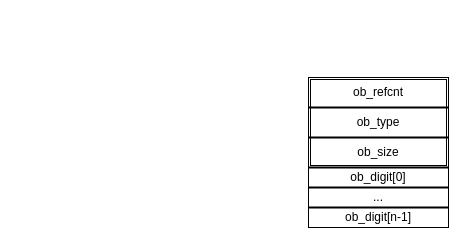
This is Untitled Diagram.drawio from 4057492/KeXing9Club4Ever, a draw.io file, before an edit. Source tidied: cells renumbered, new cells numbered last; positions are measured from the earlier drawing's top-left corner, leaving out a move shared by most shapes. Both pictures are drawn from the tidied source at 100%, with x=0, y=0 at pixel (308, 77).
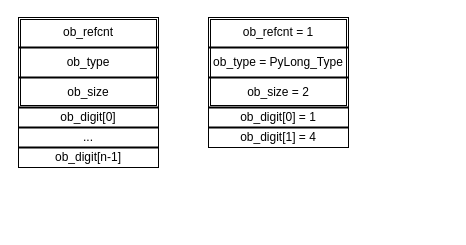
After the change.

Diff of the diagram source:
```diff
@@
     <mxCell id="2" style="rounded=0;whiteSpace=wrap;html=1;" parent="1" vertex="1">
-      <mxGeometry width="140" height="150" as="geometry" />
+      <mxGeometry x="-100" y="-60" width="140" height="130" as="geometry" />
     </mxCell>
     <mxCell id="3" style="shape=ext;double=1;rounded=0;whiteSpace=wrap;html=1;" parent="1" vertex="1">
-      <mxGeometry width="140" height="90" as="geometry" />
+      <mxGeometry x="-100" y="-60" width="140" height="90" as="geometry" />
     </mxCell>
     <mxCell id="4" style="line;strokeWidth=2;html=1;" parent="1" vertex="1">
-      <mxGeometry y="25" width="140" height="10" as="geometry" />
+      <mxGeometry x="-100" y="-35" width="140" height="10" as="geometry" />
     </mxCell>
-    <mxCell id="5" value="ob_refcnt" style="text;html=1;strokeColor=none;fillColor=none;align=center;verticalAlign=middle;whiteSpace=wrap;rounded=0;" parent="1" vertex="1">
-      <mxGeometry x="50" y="5" width="40" height="20" as="geometry" />
+    <mxCell id="5" value="ob_refcnt = 1" style="text;html=1;strokeColor=none;fillColor=none;align=center;verticalAlign=middle;whiteSpace=wrap;rounded=0;" parent="1" vertex="1">
+      <mxGeometry x="-70" y="-55" width="80" height="20" as="geometry" />
     </mxCell>
     <mxCell id="6" style="line;strokeWidth=2;html=1;" parent="1" vertex="1">
-      <mxGeometry y="55" width="140" height="10" as="geometry" />
+      <mxGeometry x="-100" y="-5" width="140" height="10" as="geometry" />
     </mxCell>
-    <mxCell id="7" value="ob_type" style="text;html=1;strokeColor=none;fillColor=none;align=center;verticalAlign=middle;whiteSpace=wrap;rounded=0;" parent="1" vertex="1">
-      <mxGeometry x="50" y="35" width="40" height="20" as="geometry" />
+    <mxCell id="7" value="ob_type =&amp;nbsp;PyLong_Type" style="text;html=1;strokeColor=none;fillColor=none;align=center;verticalAlign=middle;whiteSpace=wrap;rounded=0;" parent="1" vertex="1">
+      <mxGeometry x="-110" y="-25" width="160" height="20" as="geometry" />
     </mxCell>
-    <mxCell id="8" value="ob_size" style="text;html=1;strokeColor=none;fillColor=none;align=center;verticalAlign=middle;whiteSpace=wrap;rounded=0;" parent="1" vertex="1">
-      <mxGeometry x="50" y="65" width="40" height="20" as="geometry" />
+    <mxCell id="8" value="ob_size = 2" style="text;html=1;strokeColor=none;fillColor=none;align=center;verticalAlign=middle;whiteSpace=wrap;rounded=0;" parent="1" vertex="1">
+      <mxGeometry x="-70" y="5" width="80" height="20" as="geometry" />
     </mxCell>
-    <mxCell id="9" value="ob_digit[0]" style="text;html=1;strokeColor=none;fillColor=none;align=center;verticalAlign=middle;whiteSpace=wrap;rounded=0;" parent="1" vertex="1">
-      <mxGeometry x="50" y="90" width="40" height="20" as="geometry" />
+    <mxCell id="9" value="ob_digit[0] = 1" style="text;html=1;strokeColor=none;fillColor=none;align=center;verticalAlign=middle;whiteSpace=wrap;rounded=0;" parent="1" vertex="1">
+      <mxGeometry x="-75" y="30" width="90" height="20" as="geometry" />
     </mxCell>
     <mxCell id="10" style="line;strokeWidth=2;html=1;" parent="1" vertex="1">
-      <mxGeometry y="85" width="140" height="10" as="geometry" />
+      <mxGeometry x="-100" y="25" width="140" height="10" as="geometry" />
     </mxCell>
     <mxCell id="11" style="line;strokeWidth=2;html=1;" parent="1" vertex="1">
-      <mxGeometry y="105" width="140" height="10" as="geometry" />
+      <mxGeometry x="-100" y="45" width="140" height="10" as="geometry" />
     </mxCell>
+    <mxCell id="15" style="rounded=0;whiteSpace=wrap;html=1;" parent="1" vertex="1">
+      <mxGeometry x="-290" y="-60" width="140" height="150" as="geometry" />
+    </mxCell>
+    <mxCell id="16" style="shape=ext;double=1;rounded=0;whiteSpace=wrap;html=1;" parent="1" vertex="1">
+      <mxGeometry x="-290" y="-60" width="140" height="90" as="geometry" />
+    </mxCell>
+    <mxCell id="17" style="line;strokeWidth=2;html=1;" parent="1" vertex="1">
+      <mxGeometry x="-290" y="-35" width="140" height="10" as="geometry" />
+    </mxCell>
+    <mxCell id="18" value="ob_refcnt" style="text;html=1;strokeColor=none;fillColor=none;align=center;verticalAlign=middle;whiteSpace=wrap;rounded=0;" parent="1" vertex="1">
+      <mxGeometry x="-240" y="-55" width="40" height="20" as="geometry" />
+    </mxCell>
+    <mxCell id="19" style="line;strokeWidth=2;html=1;" parent="1" vertex="1">
+      <mxGeometry x="-290" y="-5" width="140" height="10" as="geometry" />
+    </mxCell>
+    <mxCell id="20" value="ob_type" style="text;html=1;strokeColor=none;fillColor=none;align=center;verticalAlign=middle;whiteSpace=wrap;rounded=0;" parent="1" vertex="1">
+      <mxGeometry x="-240" y="-25" width="40" height="20" as="geometry" />
+    </mxCell>
+    <mxCell id="21" value="ob_size" style="text;html=1;strokeColor=none;fillColor=none;align=center;verticalAlign=middle;whiteSpace=wrap;rounded=0;" parent="1" vertex="1">
+      <mxGeometry x="-240" y="5" width="40" height="20" as="geometry" />
+    </mxCell>
+    <mxCell id="22" value="ob_digit[0]" style="text;html=1;strokeColor=none;fillColor=none;align=center;verticalAlign=middle;whiteSpace=wrap;rounded=0;" parent="1" vertex="1">
+      <mxGeometry x="-240" y="30" width="40" height="20" as="geometry" />
+    </mxCell>
+    <mxCell id="23" style="line;strokeWidth=2;html=1;" parent="1" vertex="1">
+      <mxGeometry x="-290" y="25" width="140" height="10" as="geometry" />
+    </mxCell>
+    <mxCell id="24" style="line;strokeWidth=2;html=1;" parent="1" vertex="1">
+      <mxGeometry x="-290" y="45" width="140" height="10" as="geometry" />
+    </mxCell>
     <mxCell id="12" value="..." style="text;html=1;strokeColor=none;fillColor=none;align=center;verticalAlign=middle;whiteSpace=wrap;rounded=0;" parent="1" vertex="1">
-      <mxGeometry x="50" y="110" width="40" height="20" as="geometry" />
+      <mxGeometry x="-240" y="50" width="40" height="20" as="geometry" />
     </mxCell>
-    <mxCell id="13" style="line;strokeWidth=2;html=1;" parent="1" vertex="1">
-      <mxGeometry y="125" width="140" height="10" as="geometry" />
-    </mxCell>
+    <mxCell id="25" style="line;strokeWidth=2;html=1;" parent="1" vertex="1">
+      <mxGeometry x="-290" y="65" width="140" height="10" as="geometry" />
+    </mxCell>
     <mxCell id="14" value="ob_digit[n-1]" style="text;html=1;strokeColor=none;fillColor=none;align=center;verticalAlign=middle;whiteSpace=wrap;rounded=0;" parent="1" vertex="1">
-      <mxGeometry x="30" y="130" width="80" height="20" as="geometry" />
+      <mxGeometry x="-260" y="70" width="80" height="20" as="geometry" />
     </mxCell>
+    <mxCell id="26" value="ob_digit[1] = 4" style="text;html=1;strokeColor=none;fillColor=none;align=center;verticalAlign=middle;whiteSpace=wrap;rounded=0;" parent="1" vertex="1">
+      <mxGeometry x="-75" y="50" width="90" height="20" as="geometry" />
+    </mxCell>
```
